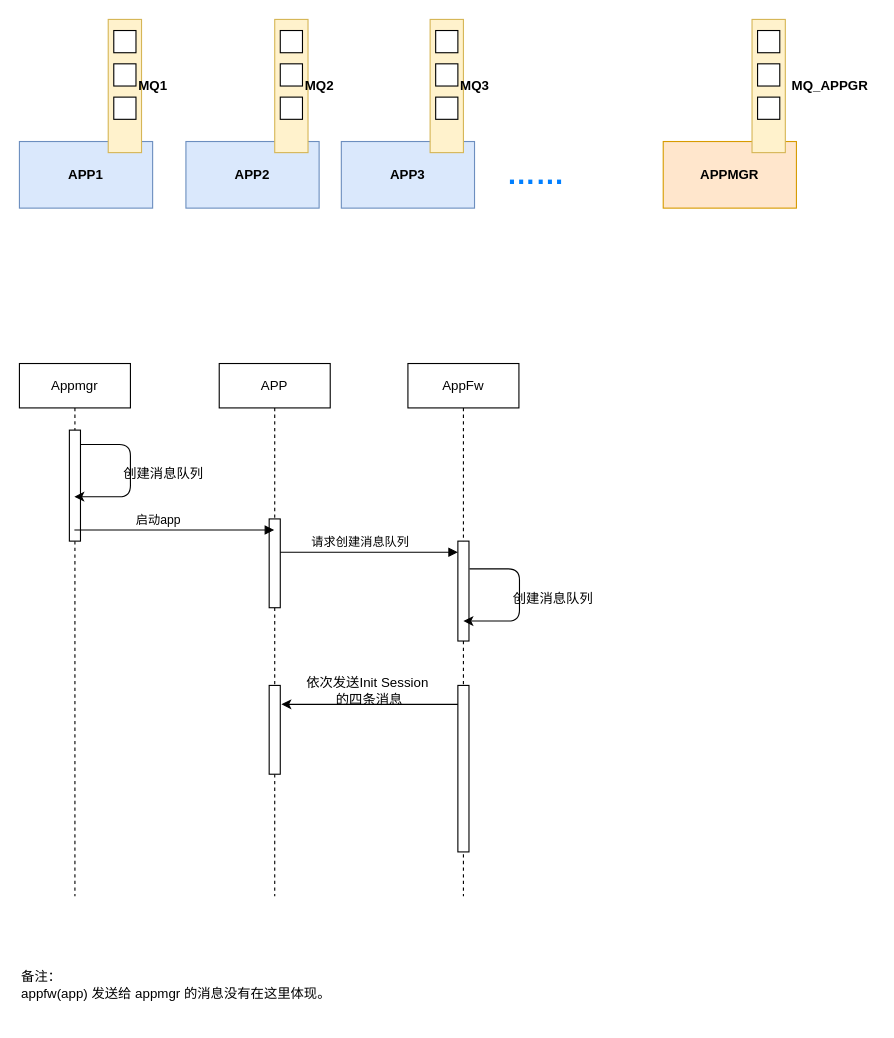
This is Appmgr消息机制.drawio from watercjr/Data-Center, a draw.io file, before an edit. Source tidied: cells renumbered, new cells numbered last; positions are measured from the earlier drawing's top-left corner, leaving out a move shared by most shapes. Both pictures are drawn from the tidied source at 111%, with x=0, y=0 at pixel (19, 19).
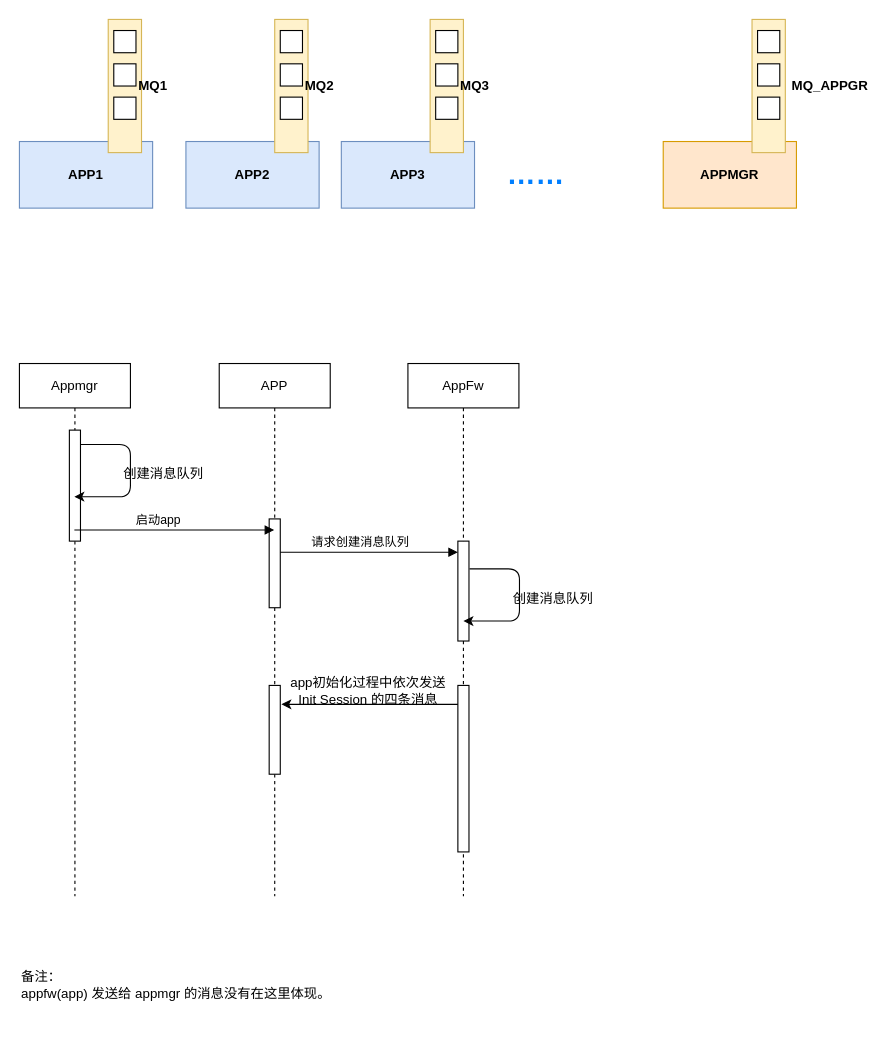
After the change.

What changed in the source:
```diff
@@
-    <mxCell id="42" value="依次发送&lt;span&gt;Init&lt;/span&gt;&lt;span&gt; Session&amp;nbsp;&lt;br&gt;的四条消息&lt;br&gt;&lt;/span&gt;" style="text;html=1;align=center;verticalAlign=middle;strokeColor=none;" parent="1" vertex="1">
-      <mxGeometry x="250" y="590" width="130" height="30" as="geometry" />
+    <mxCell id="42" value="app初始化过程中依次发送&lt;br&gt;&lt;span&gt;Init&lt;/span&gt;&lt;span&gt; Session&amp;nbsp;的四条消息&lt;br&gt;&lt;/span&gt;" style="text;html=1;align=center;verticalAlign=middle;strokeColor=none;" parent="1" vertex="1">
+      <mxGeometry x="234" y="590" width="160" height="30" as="geometry" />
     </mxCell>
```
